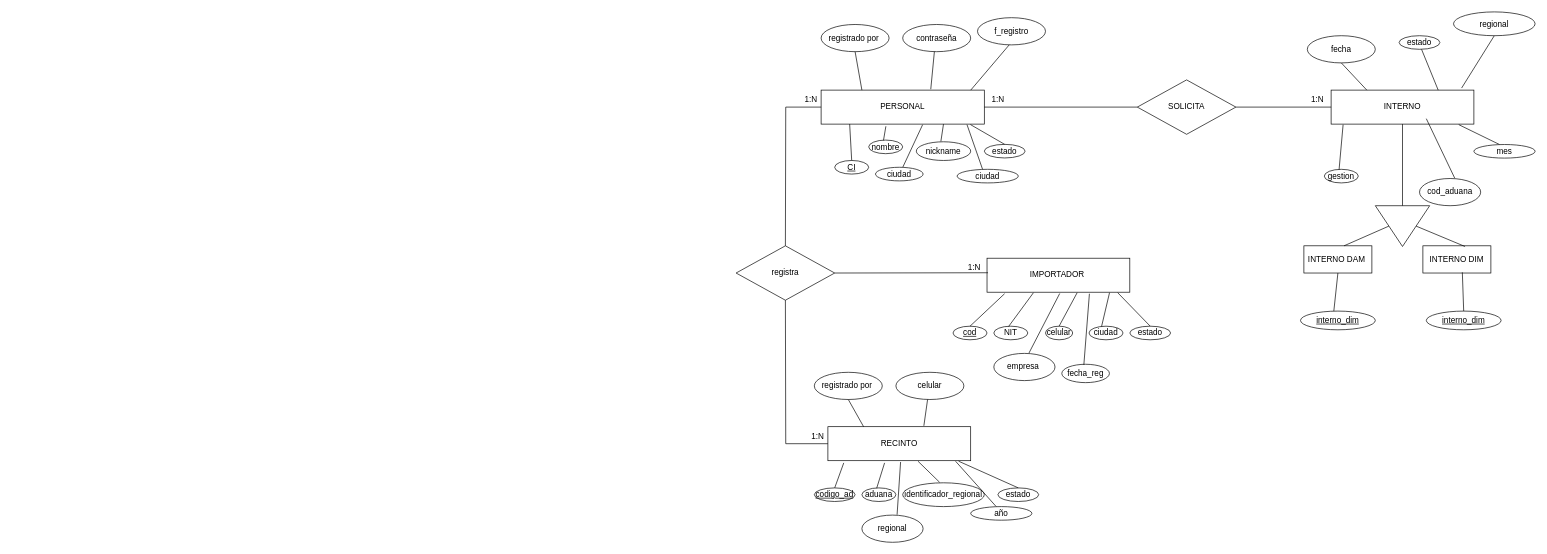
The draw.io diagram Diagrama sin título.drawio in RAMIRO-APAZA-GOMEZ/RAMIRONANO, before the edit. Source tidied: cells renumbered, new cells numbered last; positions are measured from the earlier drawing's top-left corner, leaving out a move shared by most shapes. Both pictures are drawn from the tidied source at 68%, with x=0, y=0 at pixel (736, 12).
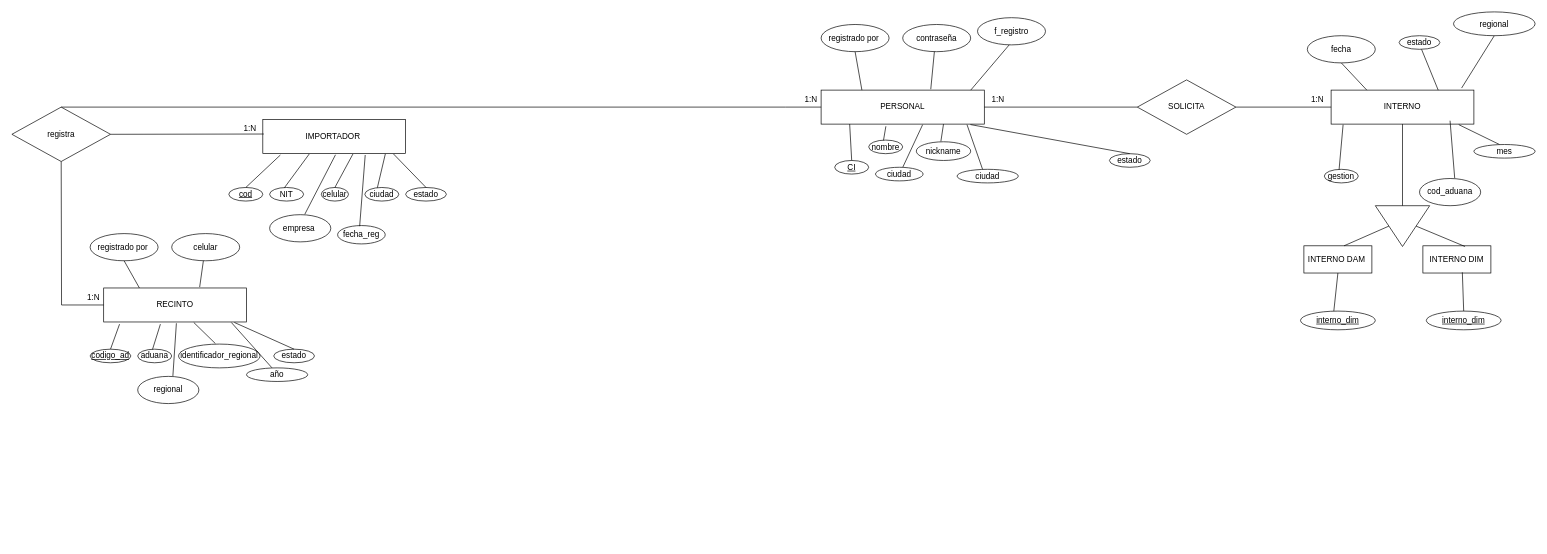
The same page after the edit.

The change refers to these unchanged cells:
```xml
<mxCell id="57" value="INTERNO" style="whiteSpace=wrap;html=1;align=center;hachureGap=4;" parent="1" vertex="1">
  <mxGeometry x="875" y="115" width="210" height="50" as="geometry" />
</mxCell>
<mxCell id="62" value="cod_aduana" style="ellipse;whiteSpace=wrap;html=1;align=center;hachureGap=4;" parent="1" vertex="1">
  <mxGeometry x="1005" y="245" width="90" height="40" as="geometry" />
</mxCell>
```

What changed in the source:
```diff
@@
-<mxGraphModel>
+<mxGraphModel background="#ffffff">
@@
     <mxCell id="11" value="estado" style="ellipse;whiteSpace=wrap;html=1;align=center;hachureGap=4;" parent="1" vertex="1">
-      <mxGeometry x="365" y="194.8" width="60" height="20" as="geometry" />
+      <mxGeometry x="549" y="208.5" width="60" height="20" as="geometry" />
     </mxCell>
@@
     <mxCell id="23" value="IMPORTADOR&amp;nbsp;" style="whiteSpace=wrap;html=1;align=center;hachureGap=4;" parent="1" vertex="1">
-      <mxGeometry x="369" y="362.2" width="210" height="50" as="geometry" />
+      <mxGeometry x="-696" y="158.2" width="210" height="50" as="geometry" />
     </mxCell>
     <mxCell id="24" value="cod" style="ellipse;whiteSpace=wrap;html=1;align=center;fontStyle=4;hachureGap=4;" parent="1" vertex="1">
-      <mxGeometry x="319" y="462.2" width="50" height="20" as="geometry" />
+      <mxGeometry x="-746" y="258.2" width="50" height="20" as="geometry" />
     </mxCell>
     <mxCell id="25" value="NIT" style="ellipse;whiteSpace=wrap;html=1;align=center;hachureGap=4;" parent="1" vertex="1">
-      <mxGeometry x="379" y="462.2" width="50" height="20" as="geometry" />
+      <mxGeometry x="-686" y="258.2" width="50" height="20" as="geometry" />
     </mxCell>
@@
     <mxCell id="27" value="celular" style="ellipse;whiteSpace=wrap;html=1;align=center;hachureGap=4;" parent="1" vertex="1">
-      <mxGeometry x="455" y="462.2" width="40" height="20" as="geometry" />
+      <mxGeometry x="-610" y="258.2" width="40" height="20" as="geometry" />
     </mxCell>
     <mxCell id="28" value="ciudad" style="ellipse;whiteSpace=wrap;html=1;align=center;hachureGap=4;" parent="1" vertex="1">
-      <mxGeometry x="519" y="462.2" width="50" height="20" as="geometry" />
+      <mxGeometry x="-546" y="258.2" width="50" height="20" as="geometry" />
     </mxCell>
     <mxCell id="29" value="fecha_reg" style="ellipse;whiteSpace=wrap;html=1;align=center;hachureGap=4;" parent="1" vertex="1">
-      <mxGeometry x="479" y="518.2" width="70" height="27" as="geometry" />
+      <mxGeometry x="-586" y="314.2" width="70" height="27" as="geometry" />
     </mxCell>
     <mxCell id="30" value="estado" style="ellipse;whiteSpace=wrap;html=1;align=center;hachureGap=4;" parent="1" vertex="1">
-      <mxGeometry x="579" y="462.2" width="60" height="20" as="geometry" />
+      <mxGeometry x="-486" y="258.2" width="60" height="20" as="geometry" />
     </mxCell>
     <mxCell id="31" value="empresa&amp;nbsp;" style="ellipse;whiteSpace=wrap;html=1;align=center;hachureGap=4;" parent="1" vertex="1">
-      <mxGeometry x="379" y="502.2" width="90" height="40" as="geometry" />
+      <mxGeometry x="-686" y="298.2" width="90" height="40" as="geometry" />
     </mxCell>
@@
     <mxCell id="38" value="RECINTO" style="whiteSpace=wrap;html=1;align=center;hachureGap=4;" parent="1" vertex="1">
-      <mxGeometry x="135" y="610" width="210" height="50" as="geometry" />
+      <mxGeometry x="-930" y="406" width="210" height="50" as="geometry" />
     </mxCell>
     <mxCell id="39" value="codigo_ad" style="ellipse;whiteSpace=wrap;html=1;align=center;fontStyle=4;hachureGap=4;" parent="1" vertex="1">
-      <mxGeometry x="115" y="700" width="60" height="20" as="geometry" />
+      <mxGeometry x="-950" y="496" width="60" height="20" as="geometry" />
     </mxCell>
     <mxCell id="40" value="aduana" style="ellipse;whiteSpace=wrap;html=1;align=center;hachureGap=4;" parent="1" vertex="1">
-      <mxGeometry x="185" y="700" width="50" height="20" as="geometry" />
+      <mxGeometry x="-880" y="496" width="50" height="20" as="geometry" />
     </mxCell>
@@
     <mxCell id="42" value="identificador_regional" style="ellipse;whiteSpace=wrap;html=1;align=center;hachureGap=4;" parent="1" vertex="1">
-      <mxGeometry x="245" y="692.5" width="120" height="35" as="geometry" />
+      <mxGeometry x="-820" y="488.5" width="120" height="35" as="geometry" />
     </mxCell>
     <mxCell id="43" value="estado" style="ellipse;whiteSpace=wrap;html=1;align=center;hachureGap=4;" parent="1" vertex="1">
-      <mxGeometry x="385" y="700" width="60" height="20" as="geometry" />
+      <mxGeometry x="-680" y="496" width="60" height="20" as="geometry" />
     </mxCell>
     <mxCell id="44" value="regional" style="ellipse;whiteSpace=wrap;html=1;align=center;hachureGap=4;" parent="1" vertex="1">
-      <mxGeometry x="185" y="740" width="90" height="40" as="geometry" />
+      <mxGeometry x="-880" y="536" width="90" height="40" as="geometry" />
     </mxCell>
     <mxCell id="45" value="año" style="ellipse;whiteSpace=wrap;html=1;align=center;hachureGap=4;" parent="1" vertex="1">
-      <mxGeometry x="345" y="727.5" width="90" height="20" as="geometry" />
+      <mxGeometry x="-720" y="523.5" width="90" height="20" as="geometry" />
     </mxCell>
     <mxCell id="46" value="celular" style="ellipse;whiteSpace=wrap;html=1;align=center;hachureGap=4;" parent="1" vertex="1">
-      <mxGeometry x="235" y="530" width="100" height="40" as="geometry" />
+      <mxGeometry x="-830" y="326" width="100" height="40" as="geometry" />
     </mxCell>
     <mxCell id="47" value="registrado por&amp;nbsp;" style="ellipse;whiteSpace=wrap;html=1;align=center;hachureGap=4;" parent="1" vertex="1">
-      <mxGeometry x="115" y="530" width="100" height="40" as="geometry" />
+      <mxGeometry x="-950" y="326" width="100" height="40" as="geometry" />
     </mxCell>
@@
     <mxCell id="54" style="endArrow=none;html=1;startSize=14;endSize=14;sourcePerimeterSpacing=8;targetPerimeterSpacing=8;entryX=0.858;entryY=1.014;entryDx=0;entryDy=0;entryPerimeter=0;exitX=0.672;exitY=-0.026;exitDx=0;exitDy=0;exitPerimeter=0;" parent="1" edge="1" source="38">
       <mxGeometry relative="1" as="geometry">
-        <mxPoint x="281.6" y="570" as="targetPoint" />
+        <mxPoint x="-783.4" y="366" as="targetPoint" />
       </mxGeometry>
     </mxCell>
@@
-    <mxCell id="68" style="endArrow=none;html=1;startSize=14;endSize=14;sourcePerimeterSpacing=8;targetPerimeterSpacing=8;exitX=0.575;exitY=-0.015;exitDx=0;exitDy=0;exitPerimeter=0;" parent="1" edge="1" source="62">
-      <mxGeometry relative="1" as="geometry">
-        <mxPoint x="1015" y="157" as="targetPoint" />
-      </mxGeometry>
+    <mxCell id="68" style="endArrow=none;html=1;startSize=14;endSize=14;sourcePerimeterSpacing=8;targetPerimeterSpacing=8;exitX=0.575;exitY=-0.015;exitDx=0;exitDy=0;exitPerimeter=0;entryX=0.833;entryY=0.9;entryDx=0;entryDy=0;entryPerimeter=0;" parent="1" edge="1" source="62" target="57">
+      <mxGeometry relative="1" as="geometry" />
     </mxCell>
@@
     <mxCell id="79" value="registra" style="shape=rhombus;perimeter=rhombusPerimeter;whiteSpace=wrap;html=1;align=center;hachureGap=4;" parent="1" vertex="1">
-      <mxGeometry y="344" width="145" height="80" as="geometry" />
+      <mxGeometry x="-1065" y="140" width="145" height="80" as="geometry" />
     </mxCell>
@@
     <mxCell id="81" style="endArrow=none;html=1;rounded=0;startSize=14;endSize=14;sourcePerimeterSpacing=8;targetPerimeterSpacing=8;exitX=0.5;exitY=1;exitDx=0;exitDy=0;entryX=0;entryY=0.5;entryDx=0;entryDy=0;" parent="1" edge="1" source="79" target="38">
       <mxGeometry relative="1" as="geometry">
         <Array as="points">
-          <mxPoint x="73" y="635" />
+          <mxPoint x="-992" y="431" />
         </Array>
       </mxGeometry>
     </mxCell>
@@
     <mxCell id="86" value="1:N" style="text;strokeColor=none;fillColor=none;spacingLeft=4;spacingRight=4;overflow=hidden;fontSize=12;hachureGap=4;" parent="1" vertex="1">
-      <mxGeometry x="335" y="362.2" width="40" height="30" as="geometry" />
+      <mxGeometry x="-730" y="158.2" width="40" height="30" as="geometry" />
     </mxCell>
     <mxCell id="87" value="1:N" style="text;strokeColor=none;fillColor=none;spacingLeft=4;spacingRight=4;overflow=hidden;fontSize=12;hachureGap=4;" parent="1" vertex="1">
-      <mxGeometry x="105" y="610" width="40" height="30" as="geometry" />
+      <mxGeometry x="-960" y="406" width="40" height="30" as="geometry" />
     </mxCell>
```
